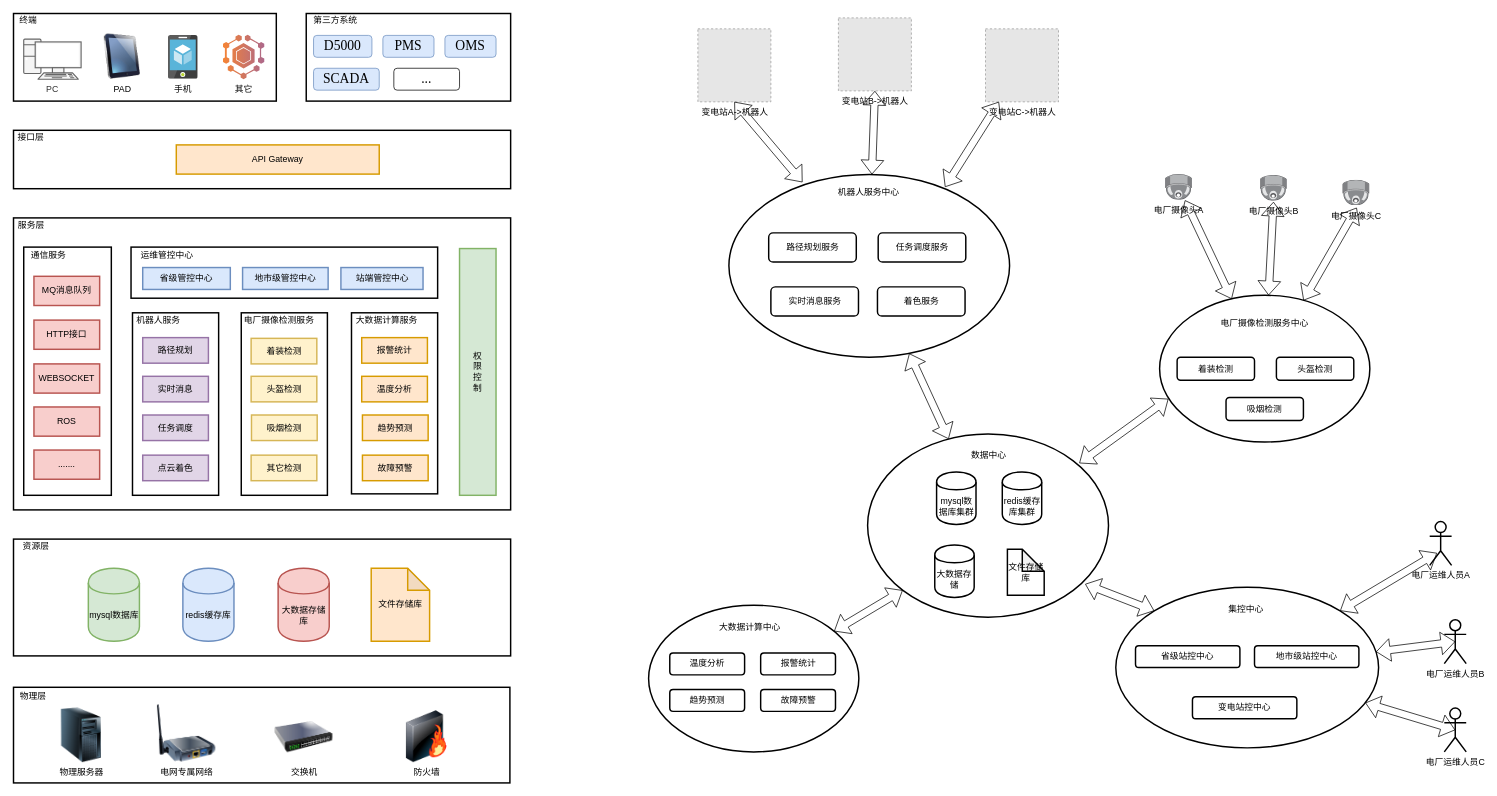
Earlier version of the draw.io diagram 易达智慧运维监控系统v2.0.drawio (wangyufei0807/draw). Source tidied: cells renumbered, new cells numbered last; positions are measured from the earlier drawing's top-left corner, leaving out a move shared by most shapes. Both pictures are drawn from the tidied source at 73%, with x=0, y=0 at pixel (13, 13). Pictures stored in the file or linked from it are replaced by grey dashed boxes.
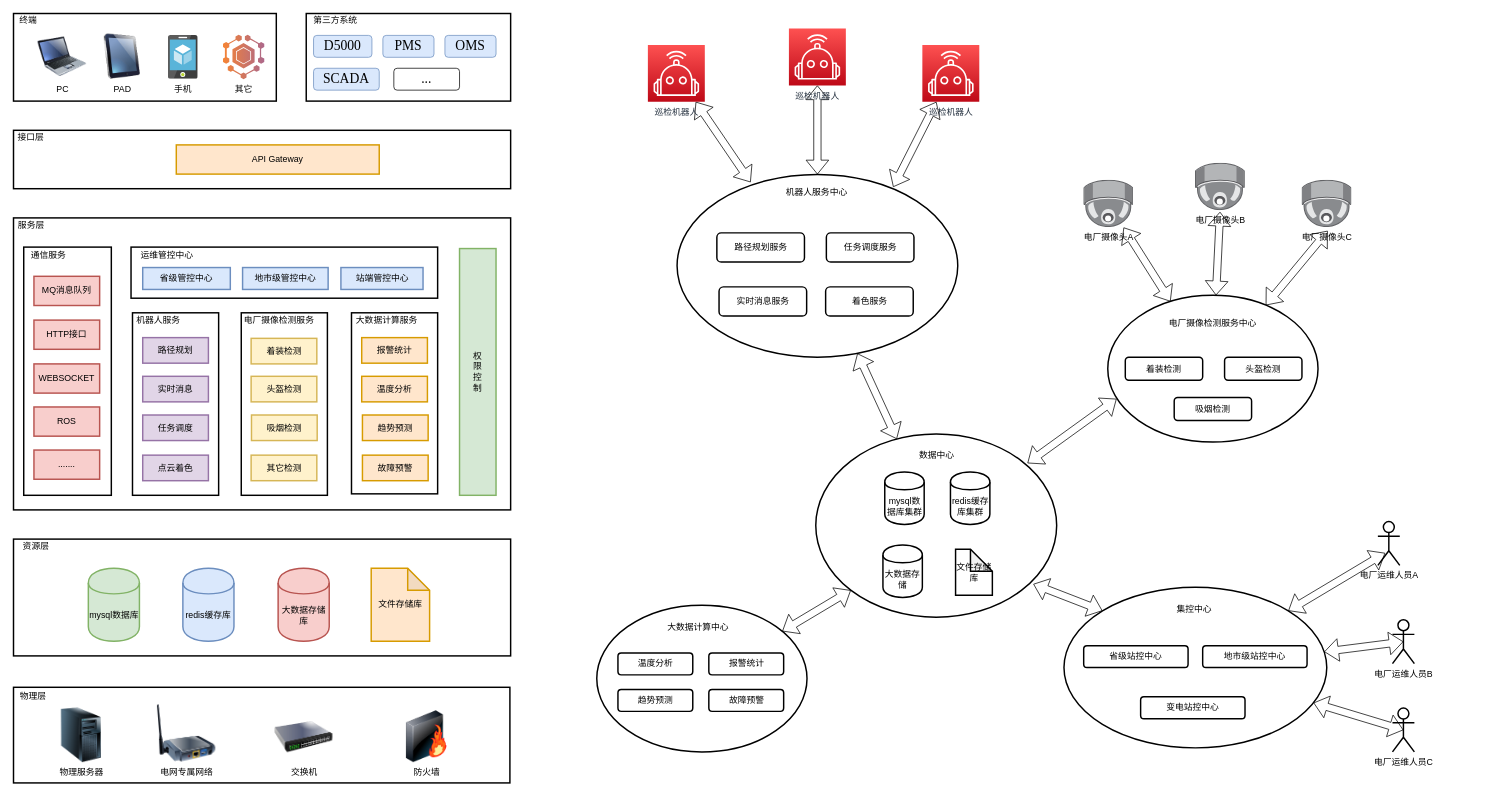
The same page after the edit.

Commit message (it also covers changes not shown here):
更新易达智慧运维监控系统v2.0.drawio

What changed in the source:
```diff
@@
     <mxCell id="3" style="ellipse;whiteSpace=wrap;html=1;labelBackgroundColor=none;strokeWidth=2;fillColor=none;" parent="1" vertex="1">
-      <mxGeometry x="1570" y="386" width="288" height="201" as="geometry" />
+      <mxGeometry x="1499" y="386" width="288" height="201" as="geometry" />
     </mxCell>
@@
-    <mxCell id="15" value="PC" style="verticalAlign=top;verticalLabelPosition=bottom;labelPosition=center;align=center;html=1;fillColor=#f5f5f5;strokeColor=#666666;gradientDirection=north;strokeWidth=2;shape=mxgraph.networks.pc;fontColor=#333333;" parent="1" vertex="1">
-      <mxGeometry x="14" y="35" width="78.6" height="55" as="geometry" />
-    </mxCell>
@@
     <mxCell id="35" style="ellipse;whiteSpace=wrap;html=1;labelBackgroundColor=none;strokeWidth=2;fillColor=none;" parent="1" vertex="1">
-      <mxGeometry x="1170" y="576" width="330" height="251" as="geometry" />
+      <mxGeometry x="1099" y="576" width="330" height="251" as="geometry" />
     </mxCell>
     <mxCell id="36" value="mysql数据库集群" style="shape=cylinder;whiteSpace=wrap;html=1;boundedLbl=1;backgroundOutline=1;labelBackgroundColor=none;strokeWidth=2;fillColor=none;" parent="1" vertex="1">
-      <mxGeometry x="1264.5" y="628" width="54" height="72" as="geometry" />
+      <mxGeometry x="1193.5" y="628" width="54" height="72" as="geometry" />
     </mxCell>
     <mxCell id="37" value="redis缓存库集群" style="shape=cylinder;whiteSpace=wrap;html=1;boundedLbl=1;backgroundOutline=1;labelBackgroundColor=none;strokeWidth=2;fillColor=none;" parent="1" vertex="1">
-      <mxGeometry x="1354.5" y="628" width="54" height="72" as="geometry" />
+      <mxGeometry x="1283.5" y="628" width="54" height="72" as="geometry" />
     </mxCell>
     <mxCell id="38" value="文件存储库" style="shape=note;whiteSpace=wrap;html=1;backgroundOutline=1;darkOpacity=0.05;labelBackgroundColor=none;strokeWidth=2;fillColor=none;" parent="1" vertex="1">
-      <mxGeometry x="1361.5" y="734" width="50.4" height="63" as="geometry" />
+      <mxGeometry x="1290.5" y="734" width="50.4" height="63" as="geometry" />
     </mxCell>
     <mxCell id="39" style="ellipse;whiteSpace=wrap;html=1;labelBackgroundColor=none;strokeWidth=2;fillColor=none;" parent="1" vertex="1">
-      <mxGeometry x="980" y="220.4" width="384.5" height="250.4" as="geometry" />
+      <mxGeometry x="909" y="220.4" width="384.5" height="250.4" as="geometry" />
     </mxCell>
@@
     <mxCell id="41" value="数据中心" style="text;html=1;strokeColor=none;fillColor=none;align=center;verticalAlign=middle;whiteSpace=wrap;rounded=0;labelBackgroundColor=none;" parent="1" vertex="1">
-      <mxGeometry x="1311" y="595" width="50" height="20" as="geometry" />
+      <mxGeometry x="1240" y="595" width="50" height="20" as="geometry" />
     </mxCell>
     <mxCell id="42" value="机器人服务中心" style="text;html=1;strokeColor=none;fillColor=none;align=center;verticalAlign=middle;whiteSpace=wrap;rounded=0;labelBackgroundColor=none;" parent="1" vertex="1">
-      <mxGeometry x="1126" y="234.5" width="91" height="20" as="geometry" />
+      <mxGeometry x="1055" y="234.5" width="91" height="20" as="geometry" />
     </mxCell>
     <mxCell id="43" value="路径规划服务" style="rounded=1;whiteSpace=wrap;html=1;labelBackgroundColor=none;strokeWidth=2;fillColor=none;" parent="1" vertex="1">
-      <mxGeometry x="1034.5" y="300.5" width="120" height="40" as="geometry" />
+      <mxGeometry x="963.5" y="300.5" width="120" height="40" as="geometry" />
     </mxCell>
     <mxCell id="44" value="任务调度服务" style="rounded=1;whiteSpace=wrap;html=1;labelBackgroundColor=none;strokeWidth=2;fillColor=none;" parent="1" vertex="1">
-      <mxGeometry x="1184.5" y="300.5" width="120" height="40" as="geometry" />
+      <mxGeometry x="1113.5" y="300.5" width="120" height="40" as="geometry" />
     </mxCell>
     <mxCell id="45" value="实时消息服务" style="rounded=1;whiteSpace=wrap;html=1;labelBackgroundColor=none;strokeWidth=2;fillColor=none;" parent="1" vertex="1">
-      <mxGeometry x="1037.5" y="374.5" width="120" height="40" as="geometry" />
+      <mxGeometry x="966.5" y="374.5" width="120" height="40" as="geometry" />
     </mxCell>
     <mxCell id="46" value="着色服务" style="rounded=1;whiteSpace=wrap;html=1;labelBackgroundColor=none;strokeWidth=2;fillColor=none;" parent="1" vertex="1">
-      <mxGeometry x="1183.5" y="374.5" width="120" height="40" as="geometry" />
+      <mxGeometry x="1112.5" y="374.5" width="120" height="40" as="geometry" />
     </mxCell>
     <mxCell id="47" value="着装检测" style="rounded=1;whiteSpace=wrap;html=1;labelBackgroundColor=none;strokeWidth=2;fillColor=none;" parent="1" vertex="1">
-      <mxGeometry x="1594" y="470.8" width="106" height="31.5" as="geometry" />
+      <mxGeometry x="1523" y="470.8" width="106" height="31.5" as="geometry" />
     </mxCell>
     <mxCell id="48" style="ellipse;whiteSpace=wrap;html=1;labelBackgroundColor=none;strokeWidth=2;fillColor=none;" parent="1" vertex="1">
-      <mxGeometry x="870" y="810.5" width="288" height="201" as="geometry" />
+      <mxGeometry x="799" y="810.5" width="288" height="201" as="geometry" />
     </mxCell>
     <mxCell id="49" value="电厂摄像检测服务中心" style="text;html=1;strokeColor=none;fillColor=none;align=center;verticalAlign=middle;whiteSpace=wrap;rounded=0;labelBackgroundColor=none;" parent="1" vertex="1">
-      <mxGeometry x="1649" y="414.5" width="130" height="20" as="geometry" />
+      <mxGeometry x="1578" y="414.5" width="130" height="20" as="geometry" />
     </mxCell>
     <mxCell id="50" value="大数据计算中心" style="text;html=1;strokeColor=none;fillColor=none;align=center;verticalAlign=middle;whiteSpace=wrap;rounded=0;labelBackgroundColor=none;" parent="1" vertex="1">
-      <mxGeometry x="964" y="830.5" width="90" height="20" as="geometry" />
+      <mxGeometry x="893" y="830.5" width="90" height="20" as="geometry" />
     </mxCell>
     <mxCell id="51" value="温度分析" style="rounded=1;whiteSpace=wrap;html=1;labelBackgroundColor=none;strokeWidth=2;fillColor=none;" parent="1" vertex="1">
-      <mxGeometry x="899" y="876" width="102.5" height="30" as="geometry" />
+      <mxGeometry x="828" y="876" width="102.5" height="30" as="geometry" />
     </mxCell>
     <mxCell id="52" style="ellipse;whiteSpace=wrap;html=1;labelBackgroundColor=none;strokeWidth=2;fillColor=none;" parent="1" vertex="1">
-      <mxGeometry x="1510" y="786" width="360" height="220" as="geometry" />
+      <mxGeometry x="1439" y="786" width="360" height="220" as="geometry" />
     </mxCell>
     <mxCell id="53" value="集控中心" style="text;html=1;strokeColor=none;fillColor=none;align=center;verticalAlign=middle;whiteSpace=wrap;rounded=0;labelBackgroundColor=none;" parent="1" vertex="1">
-      <mxGeometry x="1657" y="806" width="63" height="20" as="geometry" />
+      <mxGeometry x="1586" y="806" width="63" height="20" as="geometry" />
     </mxCell>
     <mxCell id="54" value="省级站控中心" style="rounded=1;whiteSpace=wrap;html=1;labelBackgroundColor=none;strokeWidth=2;fillColor=none;" parent="1" vertex="1">
-      <mxGeometry x="1537" y="866" width="143" height="30" as="geometry" />
+      <mxGeometry x="1466" y="866" width="143" height="30" as="geometry" />
     </mxCell>
     <mxCell id="55" value="地市级站控中心" style="rounded=1;whiteSpace=wrap;html=1;labelBackgroundColor=none;strokeWidth=2;fillColor=none;" parent="1" vertex="1">
-      <mxGeometry x="1700" y="866" width="143" height="30" as="geometry" />
+      <mxGeometry x="1629" y="866" width="143" height="30" as="geometry" />
     </mxCell>
     <mxCell id="56" value="变电站控中心" style="rounded=1;whiteSpace=wrap;html=1;labelBackgroundColor=none;strokeWidth=2;fillColor=none;" parent="1" vertex="1">
-      <mxGeometry x="1615" y="936" width="143" height="30" as="geometry" />
+      <mxGeometry x="1544" y="936" width="143" height="30" as="geometry" />
     </mxCell>
@@
     <mxCell id="60" style="shape=flexArrow;endArrow=classic;startArrow=classic;html=1;entryX=0.042;entryY=0.706;entryDx=0;entryDy=0;entryPerimeter=0;" parent="1" edge="1" target="3">
       <mxGeometry relative="1" as="geometry">
-        <mxPoint x="1460" y="616" as="sourcePoint" />
+        <mxPoint x="1389" y="616" as="sourcePoint" />
       </mxGeometry>
     </mxCell>
-    <mxCell id="61" value="变电站A-&amp;gt;机器人" style="fillColor=#E6E6E6;strokeColor=#999999;dashed=1;html=1;verticalAlign=top;verticalLabelPosition=bottom;labelBackgroundColor=#ffffff;" parent="1" vertex="1">
-      <mxGeometry x="937.5" y="21" width="100" height="100" as="geometry" />
-    </mxCell>
-    <mxCell id="62" value="变电站B-&amp;gt;机器人" style="fillColor=#E6E6E6;strokeColor=#999999;dashed=1;html=1;verticalAlign=top;verticalLabelPosition=bottom;labelBackgroundColor=#ffffff;" parent="1" vertex="1">
-      <mxGeometry x="1130" y="6" width="100" height="100" as="geometry" />
-    </mxCell>
-    <mxCell id="63" value="变电站C-&amp;gt;机器人" style="fillColor=#E6E6E6;strokeColor=#999999;dashed=1;html=1;verticalAlign=top;verticalLabelPosition=bottom;labelBackgroundColor=#ffffff;" parent="1" vertex="1">
-      <mxGeometry x="1331.5" y="21" width="100" height="100" as="geometry" />
-    </mxCell>
-    <mxCell id="64" style="shape=flexArrow;endArrow=classic;startArrow=classic;html=1;exitX=0.77;exitY=0.069;exitDx=0;exitDy=0;exitPerimeter=0;" parent="1" edge="1" source="39" target="63">
+    <mxCell id="64" style="shape=flexArrow;endArrow=classic;startArrow=classic;html=1;exitX=0.77;exitY=0.069;exitDx=0;exitDy=0;exitPerimeter=0;" parent="1" edge="1" source="39" target="115">
       <mxGeometry relative="1" as="geometry" />
     </mxCell>
-    <mxCell id="65" style="shape=flexArrow;endArrow=classic;startArrow=classic;html=1;entryX=0.5;entryY=1;entryDx=0;entryDy=0;" parent="1" edge="1" source="39" target="62">
+    <mxCell id="65" style="shape=flexArrow;endArrow=classic;startArrow=classic;html=1;" parent="1" edge="1" source="39" target="114">
       <mxGeometry relative="1" as="geometry" />
     </mxCell>
-    <mxCell id="66" style="shape=flexArrow;endArrow=classic;startArrow=classic;html=1;entryX=0.5;entryY=1;entryDx=0;entryDy=0;exitX=0.262;exitY=0.043;exitDx=0;exitDy=0;exitPerimeter=0;" parent="1" edge="1" source="39" target="61">
+    <mxCell id="66" style="shape=flexArrow;endArrow=classic;startArrow=classic;html=1;exitX=0.262;exitY=0.043;exitDx=0;exitDy=0;exitPerimeter=0;" parent="1" edge="1" source="39" target="113">
       <mxGeometry relative="1" as="geometry" />
     </mxCell>
@@
     <mxCell id="89" value="头盔检测" style="rounded=1;whiteSpace=wrap;html=1;labelBackgroundColor=none;strokeWidth=2;fillColor=none;" parent="1" vertex="1">
-      <mxGeometry x="1730" y="470.8" width="106" height="31.5" as="geometry" />
+      <mxGeometry x="1659" y="470.8" width="106" height="31.5" as="geometry" />
     </mxCell>
     <mxCell id="90" value="吸烟检测" style="rounded=1;whiteSpace=wrap;html=1;labelBackgroundColor=none;strokeWidth=2;fillColor=none;" parent="1" vertex="1">
-      <mxGeometry x="1661" y="526" width="106" height="31.5" as="geometry" />
+      <mxGeometry x="1590" y="526" width="106" height="31.5" as="geometry" />
     </mxCell>
     <mxCell id="91" value="报警统计" style="rounded=1;whiteSpace=wrap;html=1;labelBackgroundColor=none;strokeWidth=2;fillColor=none;" parent="1" vertex="1">
-      <mxGeometry x="1023.5" y="876" width="102.5" height="30" as="geometry" />
+      <mxGeometry x="952.5" y="876" width="102.5" height="30" as="geometry" />
     </mxCell>
     <mxCell id="92" value="趋势预测" style="rounded=1;whiteSpace=wrap;html=1;labelBackgroundColor=none;strokeWidth=2;fillColor=none;" parent="1" vertex="1">
-      <mxGeometry x="899" y="926" width="102.5" height="30" as="geometry" />
+      <mxGeometry x="828" y="926" width="102.5" height="30" as="geometry" />
     </mxCell>
     <mxCell id="93" value="故障预警" style="rounded=1;whiteSpace=wrap;html=1;labelBackgroundColor=none;strokeWidth=2;fillColor=none;" parent="1" vertex="1">
-      <mxGeometry x="1023.5" y="926" width="102.5" height="30" as="geometry" />
+      <mxGeometry x="952.5" y="926" width="102.5" height="30" as="geometry" />
     </mxCell>
     <mxCell id="94" value="电厂摄像头A" style="points=[];html=1;align=center;shadow=0;dashed=0;image;image=img/lib/allied_telesis/security/Surveillance_Camera_Ceiling.svg;labelBackgroundColor=none;strokeWidth=2;fillColor=none;" parent="1" vertex="1">
-      <mxGeometry x="1577.8" y="220.4" width="37.2" height="35.4" as="geometry" />
+      <mxGeometry x="1466" y="228.1" width="68.3" height="65" as="geometry" />
     </mxCell>
     <mxCell id="95" value="电厂摄像头B" style="points=[];html=1;align=center;shadow=0;dashed=0;image;image=img/lib/allied_telesis/security/Surveillance_Camera_Ceiling.svg;labelBackgroundColor=none;strokeWidth=2;fillColor=none;" parent="1" vertex="1">
-      <mxGeometry x="1707.6" y="221.6" width="37.2" height="35.4" as="geometry" />
+      <mxGeometry x="1619" y="204.9" width="68.3" height="65" as="geometry" />
     </mxCell>
@@
     <mxCell id="98" value="电厂摄像头C" style="points=[];html=1;align=center;shadow=0;dashed=0;image;image=img/lib/allied_telesis/security/Surveillance_Camera_Ceiling.svg;labelBackgroundColor=none;strokeWidth=2;fillColor=none;" parent="1" vertex="1">
-      <mxGeometry x="1820.8" y="228.1" width="37.2" height="35.4" as="geometry" />
+      <mxGeometry x="1765" y="228.1" width="68.3" height="65" as="geometry" />
     </mxCell>
     <mxCell id="99" value="电厂运维人员A" style="shape=umlActor;verticalLabelPosition=bottom;labelBackgroundColor=#ffffff;verticalAlign=top;html=1;strokeWidth=2;fillColor=none;" parent="1" vertex="1">
-      <mxGeometry x="1940" y="696" width="30" height="60" as="geometry" />
+      <mxGeometry x="1869" y="696" width="30" height="60" as="geometry" />
     </mxCell>
     <mxCell id="100" value="电厂运维人员B" style="shape=umlActor;verticalLabelPosition=bottom;labelBackgroundColor=#ffffff;verticalAlign=top;html=1;strokeWidth=2;fillColor=none;" parent="1" vertex="1">
-      <mxGeometry x="1960" y="830.5" width="30" height="60" as="geometry" />
+      <mxGeometry x="1889" y="830.5" width="30" height="60" as="geometry" />
     </mxCell>
     <mxCell id="101" value="电厂运维人员C" style="shape=umlActor;verticalLabelPosition=bottom;labelBackgroundColor=#ffffff;verticalAlign=top;html=1;strokeWidth=2;fillColor=none;" parent="1" vertex="1">
-      <mxGeometry x="1960" y="951.5" width="30" height="60" as="geometry" />
+      <mxGeometry x="1889" y="951.5" width="30" height="60" as="geometry" />
     </mxCell>
@@
     <mxCell id="105" value="大数据存储" style="shape=cylinder;whiteSpace=wrap;html=1;boundedLbl=1;backgroundOutline=1;labelBackgroundColor=none;strokeWidth=2;fillColor=none;" parent="1" vertex="1">
-      <mxGeometry x="1262" y="728" width="54" height="72" as="geometry" />
+      <mxGeometry x="1191" y="728" width="54" height="72" as="geometry" />
     </mxCell>
@@
+    <mxCell id="113" value="巡检机器人" style="outlineConnect=0;fontColor=#232F3E;gradientColor=#FE5151;gradientDirection=north;fillColor=#BE0917;strokeColor=#ffffff;dashed=0;verticalLabelPosition=bottom;verticalAlign=top;align=center;html=1;fontSize=12;fontStyle=0;shape=mxgraph.aws4.resourceIcon;resIcon=mxgraph.aws4.robotics;labelBackgroundColor=none;" parent="1" vertex="1">
+      <mxGeometry x="869" y="43" width="78" height="78" as="geometry" />
+    </mxCell>
+    <mxCell id="114" value="巡检机器人" style="outlineConnect=0;fontColor=#232F3E;gradientColor=#FE5151;gradientDirection=north;fillColor=#BE0917;strokeColor=#ffffff;dashed=0;verticalLabelPosition=bottom;verticalAlign=top;align=center;html=1;fontSize=12;fontStyle=0;shape=mxgraph.aws4.resourceIcon;resIcon=mxgraph.aws4.robotics;labelBackgroundColor=none;" parent="1" vertex="1">
+      <mxGeometry x="1062.2" y="20.5" width="78" height="78" as="geometry" />
+    </mxCell>
+    <mxCell id="115" value="巡检机器人" style="outlineConnect=0;fontColor=#232F3E;gradientColor=#FE5151;gradientDirection=north;fillColor=#BE0917;strokeColor=#ffffff;dashed=0;verticalLabelPosition=bottom;verticalAlign=top;align=center;html=1;fontSize=12;fontStyle=0;shape=mxgraph.aws4.resourceIcon;resIcon=mxgraph.aws4.robotics;labelBackgroundColor=none;" parent="1" vertex="1">
+      <mxGeometry x="1245" y="43" width="78" height="78" as="geometry" />
+    </mxCell>
+    <mxCell id="15" value="PC" style="image;html=1;labelBackgroundColor=#ffffff;image=img/lib/clip_art/computers/Laptop_128x128.png;strokeWidth=2;fillColor=none;" parent="1" vertex="1">
+      <mxGeometry x="33.5" y="28" width="66.5" height="62" as="geometry" />
+    </mxCell>
```
